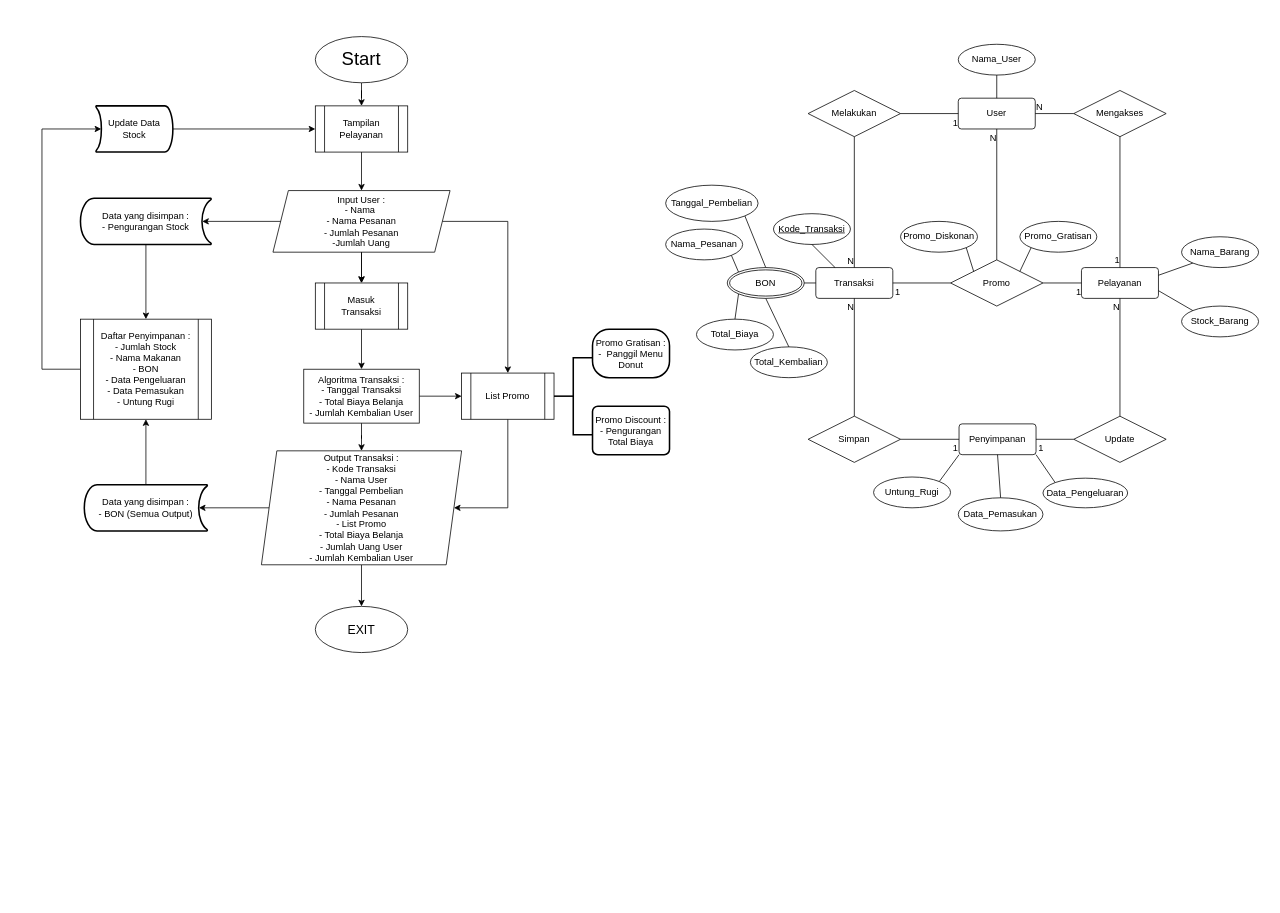
Earlier version of the draw.io diagram Untitled Diagram.drawio (MSZHabibie/HexaDon_San-Donuts-And-Cakes). Source tidied: cells renumbered, new cells numbered last; positions are measured from the earlier drawing's top-left corner, leaving out a move shared by most shapes. Both pictures are drawn from the tidied source at 77%, with x=0, y=0 at pixel (42, 36).
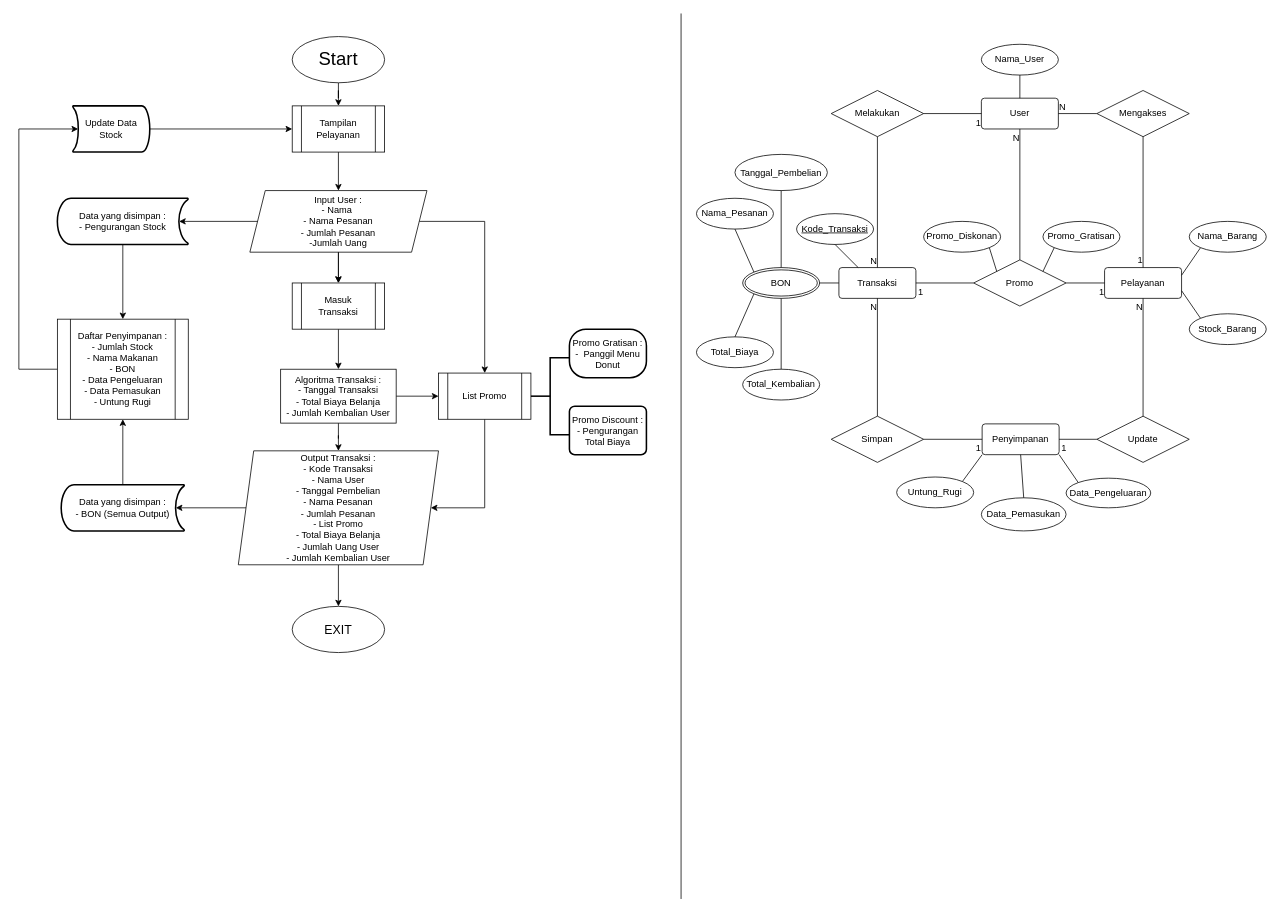
Above is the later version.

Commit message:
Memberi Garis Tengah

Change to the diagram source:
```diff
@@
     <mxCell id="3" value="&lt;font style=&quot;font-size: 24px&quot;&gt;Start&lt;/font&gt;" style="ellipse;whiteSpace=wrap;html=1;" parent="1" vertex="1">
-      <mxGeometry x="355" width="120" height="60" as="geometry" />
+      <mxGeometry x="325" width="120" height="60" as="geometry" />
     </mxCell>
@@
     <mxCell id="5" value="Tampilan Pelayanan" style="shape=process;whiteSpace=wrap;html=1;backgroundOutline=1;" parent="1" vertex="1">
-      <mxGeometry x="355" y="90" width="120" height="60" as="geometry" />
+      <mxGeometry x="325" y="90" width="120" height="60" as="geometry" />
     </mxCell>
@@
     <mxCell id="10" value="Input User :&lt;br&gt;- Nama&amp;nbsp;&lt;br&gt;- Nama Pesanan&lt;br&gt;- Jumlah Pesanan&lt;br&gt;-Jumlah Uang" style="shape=parallelogram;perimeter=parallelogramPerimeter;whiteSpace=wrap;html=1;fixedSize=1;" parent="1" vertex="1">
-      <mxGeometry x="300" y="200" width="230" height="80" as="geometry" />
+      <mxGeometry x="270" y="200" width="230" height="80" as="geometry" />
     </mxCell>
@@
     <mxCell id="14" value="Output Transaksi :&lt;br&gt;- Kode Transaksi&lt;br&gt;- Nama User&lt;br&gt;- Tanggal Pembelian&lt;br&gt;- Nama Pesanan&lt;br&gt;- Jumlah Pesanan&lt;br&gt;- List Promo&lt;br&gt;- Total Biaya Belanja&lt;br&gt;- Jumlah Uang User&lt;br&gt;- Jumlah Kembalian User" style="shape=parallelogram;perimeter=parallelogramPerimeter;whiteSpace=wrap;html=1;fixedSize=1;" parent="1" vertex="1">
-      <mxGeometry x="285" y="538" width="260" height="148" as="geometry" />
+      <mxGeometry x="255" y="538" width="260" height="148" as="geometry" />
     </mxCell>
     <mxCell id="15" style="edgeStyle=orthogonalEdgeStyle;rounded=0;jettySize=auto;html=1;entryX=1;entryY=0.5;entryDx=0;entryDy=0;exitX=0.5;exitY=1;exitDx=0;exitDy=0;" parent="1" edge="1" source="16" target="14">
       <mxGeometry relative="1" as="geometry">
         <Array as="points">
-          <mxPoint x="605" y="612" />
+          <mxPoint x="575" y="612" />
         </Array>
       </mxGeometry>
     </mxCell>
     <mxCell id="16" value="List Promo" style="shape=process;whiteSpace=wrap;html=1;backgroundOutline=1;" parent="1" vertex="1">
-      <mxGeometry x="545" y="437" width="120" height="60" as="geometry" />
+      <mxGeometry x="515" y="437" width="120" height="60" as="geometry" />
     </mxCell>
@@
     <mxCell id="18" value="Algoritma Transaksi :&lt;br&gt;- Tanggal Transaksi&lt;br&gt;- Total Biaya Belanja&lt;br&gt;- Jumlah Kembalian User" style="whiteSpace=wrap;html=1;" parent="1" vertex="1">
-      <mxGeometry x="340" y="432" width="150" height="70" as="geometry" />
+      <mxGeometry x="310" y="432" width="150" height="70" as="geometry" />
     </mxCell>
     <mxCell id="19" style="edgeStyle=orthogonalEdgeStyle;rounded=0;jettySize=auto;html=1;exitX=0;exitY=0.5;exitDx=0;exitDy=0;entryX=0.93;entryY=0.5;entryDx=0;entryDy=0;entryPerimeter=0;" parent="1" edge="1" source="20" target="28">
       <mxGeometry relative="1" as="geometry">
         <Array as="points">
-          <mxPoint y="432" />
-          <mxPoint y="120" />
+          <mxPoint x="-30" y="432" />
+          <mxPoint x="-30" y="120" />
         </Array>
       </mxGeometry>
     </mxCell>
     <mxCell id="20" value="Daftar Penyimpanan :&lt;br&gt;- Jumlah Stock&lt;br&gt;- Nama Makanan&lt;br&gt;- BON&lt;br&gt;- Data Pengeluaran&lt;br&gt;- Data Pemasukan&lt;br&gt;- Untung Rugi" style="shape=process;whiteSpace=wrap;html=1;backgroundOutline=1;" parent="1" vertex="1">
-      <mxGeometry x="50" y="367" width="170" height="130" as="geometry" />
+      <mxGeometry x="20" y="367" width="170" height="130" as="geometry" />
     </mxCell>
     <mxCell id="21" value="Masuk &lt;br&gt;Transaksi" style="shape=process;whiteSpace=wrap;html=1;backgroundOutline=1;" parent="1" vertex="1">
-      <mxGeometry x="355" y="320" width="120" height="60" as="geometry" />
+      <mxGeometry x="325" y="320" width="120" height="60" as="geometry" />
     </mxCell>
@@
     <mxCell id="23" value="Data yang disimpan :&lt;br&gt;- Pengurangan Stock" style="strokeWidth=2;html=1;shape=mxgraph.flowchart.stored_data;whiteSpace=wrap;" parent="1" vertex="1">
-      <mxGeometry x="50" y="210" width="170" height="60" as="geometry" />
+      <mxGeometry x="20" y="210" width="170" height="60" as="geometry" />
     </mxCell>
@@
     <mxCell id="26" value="&lt;span&gt;Data yang disimpan :&lt;/span&gt;&lt;br&gt;&lt;span&gt;- BON (Semua Output)&lt;/span&gt;" style="strokeWidth=2;html=1;shape=mxgraph.flowchart.stored_data;whiteSpace=wrap;" parent="1" vertex="1">
-      <mxGeometry x="55" y="582" width="160" height="60" as="geometry" />
+      <mxGeometry x="25" y="582" width="160" height="60" as="geometry" />
     </mxCell>
@@
     <mxCell id="28" value="Update Data Stock" style="strokeWidth=2;html=1;shape=mxgraph.flowchart.stored_data;whiteSpace=wrap;direction=west;" parent="1" vertex="1">
-      <mxGeometry x="70" y="90" width="100" height="60" as="geometry" />
+      <mxGeometry x="40" y="90" width="100" height="60" as="geometry" />
     </mxCell>
     <mxCell id="29" style="strokeWidth=2;html=1;shape=mxgraph.flowchart.annotation_2;align=left;labelPosition=right;" parent="1" vertex="1">
-      <mxGeometry x="665" y="417" width="50" height="100" as="geometry" />
+      <mxGeometry x="635" y="417" width="50" height="100" as="geometry" />
     </mxCell>
     <mxCell id="30" value="Promo Gratisan :&lt;br&gt;-&amp;nbsp; Panggil Menu Donut" style="rounded=1;whiteSpace=wrap;html=1;absoluteArcSize=1;arcSize=43;strokeWidth=2;" parent="1" vertex="1">
-      <mxGeometry x="715" y="380" width="100" height="63" as="geometry" />
+      <mxGeometry x="685" y="380" width="100" height="63" as="geometry" />
     </mxCell>
     <mxCell id="31" value="Promo Discount :&lt;br&gt;- Pengurangan Total Biaya" style="rounded=1;whiteSpace=wrap;html=1;absoluteArcSize=1;arcSize=14;strokeWidth=2;" parent="1" vertex="1">
-      <mxGeometry x="715" y="480" width="100" height="63" as="geometry" />
+      <mxGeometry x="685" y="480" width="100" height="63" as="geometry" />
     </mxCell>
     <mxCell id="32" value="&lt;font style=&quot;font-size: 16px&quot;&gt;EXIT&lt;/font&gt;" style="ellipse;whiteSpace=wrap;html=1;" parent="1" vertex="1">
-      <mxGeometry x="355" y="740" width="120" height="60" as="geometry" />
+      <mxGeometry x="325" y="740" width="120" height="60" as="geometry" />
     </mxCell>
     <mxCell id="33" value="Pelayanan" style="rounded=1;arcSize=10;whiteSpace=wrap;html=1;align=center;" parent="1" vertex="1">
-      <mxGeometry x="1350" y="300" width="100" height="40" as="geometry" />
+      <mxGeometry x="1380" y="300" width="100" height="40" as="geometry" />
     </mxCell>
     <mxCell id="34" value="Transaksi" style="rounded=1;arcSize=10;whiteSpace=wrap;html=1;align=center;" parent="1" vertex="1">
-      <mxGeometry x="1005" y="300" width="100" height="40" as="geometry" />
+      <mxGeometry x="1035" y="300" width="100" height="40" as="geometry" />
     </mxCell>
     <mxCell id="35" value="Penyimpanan" style="rounded=1;arcSize=10;whiteSpace=wrap;html=1;align=center;" parent="1" vertex="1">
-      <mxGeometry x="1191" y="503" width="100" height="40" as="geometry" />
+      <mxGeometry x="1221" y="503" width="100" height="40" as="geometry" />
     </mxCell>
     <mxCell id="36" value="Nama_Barang" style="ellipse;whiteSpace=wrap;html=1;align=center;" parent="1" vertex="1">
-      <mxGeometry x="1480" y="260" width="100" height="40" as="geometry" />
+      <mxGeometry x="1490" y="240" width="100" height="40" as="geometry" />
     </mxCell>
     <mxCell id="37" value="Stock_Barang" style="ellipse;whiteSpace=wrap;html=1;align=center;" parent="1" vertex="1">
-      <mxGeometry x="1480" y="350" width="100" height="40" as="geometry" />
+      <mxGeometry x="1490" y="360" width="100" height="40" as="geometry" />
     </mxCell>
     <mxCell id="38" value="Nama_User" style="ellipse;whiteSpace=wrap;html=1;align=center;" parent="1" vertex="1">
-      <mxGeometry x="1190" y="10" width="100" height="40" as="geometry" />
+      <mxGeometry x="1220" y="10" width="100" height="40" as="geometry" />
     </mxCell>
     <mxCell id="39" value="Promo_Gratisan" style="ellipse;whiteSpace=wrap;html=1;align=center;" parent="1" vertex="1">
-      <mxGeometry x="1270" y="240" width="100" height="40" as="geometry" />
+      <mxGeometry x="1300" y="240" width="100" height="40" as="geometry" />
     </mxCell>
     <mxCell id="40" value="Promo_Diskonan" style="ellipse;whiteSpace=wrap;html=1;align=center;" parent="1" vertex="1">
-      <mxGeometry x="1115" y="240" width="100" height="40" as="geometry" />
+      <mxGeometry x="1145" y="240" width="100" height="40" as="geometry" />
     </mxCell>
     <mxCell id="41" value="User" style="rounded=1;arcSize=10;whiteSpace=wrap;html=1;align=center;" parent="1" vertex="1">
-      <mxGeometry x="1190" y="80" width="100" height="40" as="geometry" />
+      <mxGeometry x="1220" y="80" width="100" height="40" as="geometry" />
     </mxCell>
     <mxCell id="42" value="Total_Kembalian" style="ellipse;whiteSpace=wrap;html=1;align=center;" parent="1" vertex="1">
-      <mxGeometry x="920" y="403" width="100" height="40" as="geometry" />
+      <mxGeometry x="910" y="432" width="100" height="40" as="geometry" />
     </mxCell>
     <mxCell id="43" value="Kode_Transaksi" style="ellipse;whiteSpace=wrap;html=1;align=center;fontStyle=4;" parent="1" vertex="1">
-      <mxGeometry x="950" y="230" width="100" height="40" as="geometry" />
+      <mxGeometry x="980" y="230" width="100" height="40" as="geometry" />
     </mxCell>
     <mxCell id="44" value="BON" style="ellipse;shape=doubleEllipse;margin=3;whiteSpace=wrap;html=1;align=center;" parent="1" vertex="1">
-      <mxGeometry x="890" y="300" width="100" height="40" as="geometry" />
+      <mxGeometry x="910" y="300" width="100" height="40" as="geometry" />
     </mxCell>
     <mxCell id="45" value="Tanggal_Pembelian" style="ellipse;whiteSpace=wrap;html=1;align=center;" parent="1" vertex="1">
-      <mxGeometry x="810" y="193" width="120" height="47" as="geometry" />
+      <mxGeometry x="900" y="153" width="120" height="47" as="geometry" />
     </mxCell>
     <mxCell id="46" value="Nama_Pesanan" style="ellipse;whiteSpace=wrap;html=1;align=center;" parent="1" vertex="1">
-      <mxGeometry x="810" y="250" width="100" height="40" as="geometry" />
+      <mxGeometry x="850" y="210" width="100" height="40" as="geometry" />
     </mxCell>
     <mxCell id="47" value="Total_Biaya" style="ellipse;whiteSpace=wrap;html=1;align=center;" parent="1" vertex="1">
-      <mxGeometry x="850" y="367" width="100" height="40" as="geometry" />
+      <mxGeometry x="850" y="390" width="100" height="40" as="geometry" />
     </mxCell>
     <mxCell id="48" value="Mengakses" style="shape=rhombus;perimeter=rhombusPerimeter;whiteSpace=wrap;html=1;align=center;" parent="1" vertex="1">
-      <mxGeometry x="1340" y="70" width="120" height="60" as="geometry" />
+      <mxGeometry x="1370" y="70" width="120" height="60" as="geometry" />
     </mxCell>
@@
     <mxCell id="55" value="Melakukan" style="shape=rhombus;perimeter=rhombusPerimeter;whiteSpace=wrap;html=1;align=center;" parent="1" vertex="1">
-      <mxGeometry x="995" y="70" width="120" height="60" as="geometry" />
+      <mxGeometry x="1025" y="70" width="120" height="60" as="geometry" />
     </mxCell>
@@
-    <mxCell id="62" style="endArrow=none;html=1;rounded=0;entryX=1;entryY=1;entryDx=0;entryDy=0;exitX=0.5;exitY=0;exitDx=0;exitDy=0;" parent="1" edge="1" source="44" target="45">
+    <mxCell id="62" style="endArrow=none;html=1;rounded=0;entryX=0.5;entryY=1;entryDx=0;entryDy=0;exitX=0.5;exitY=0;exitDx=0;exitDy=0;" parent="1" edge="1" source="44" target="45">
       <mxGeometry relative="1" as="geometry" />
     </mxCell>
-    <mxCell id="63" style="endArrow=none;html=1;rounded=0;entryX=1;entryY=1;entryDx=0;entryDy=0;exitX=0;exitY=0;exitDx=0;exitDy=0;" parent="1" edge="1" source="44" target="46">
+    <mxCell id="63" style="endArrow=none;html=1;rounded=0;entryX=0.5;entryY=1;entryDx=0;entryDy=0;exitX=0;exitY=0;exitDx=0;exitDy=0;" parent="1" edge="1" source="44" target="46">
       <mxGeometry relative="1" as="geometry" />
     </mxCell>
@@
     <mxCell id="66" value="Promo" style="shape=rhombus;perimeter=rhombusPerimeter;whiteSpace=wrap;html=1;align=center;" parent="1" vertex="1">
-      <mxGeometry x="1180" y="290" width="120" height="60" as="geometry" />
+      <mxGeometry x="1210" y="290" width="120" height="60" as="geometry" />
     </mxCell>
@@
     <mxCell id="76" value="Data_Pemasukan" style="ellipse;whiteSpace=wrap;html=1;align=center;" parent="1" vertex="1">
-      <mxGeometry x="1190" y="599" width="110" height="43" as="geometry" />
+      <mxGeometry x="1220" y="599" width="110" height="43" as="geometry" />
     </mxCell>
     <mxCell id="77" value="Data_Pengeluaran" style="ellipse;whiteSpace=wrap;html=1;align=center;" parent="1" vertex="1">
-      <mxGeometry x="1300" y="573.5" width="110" height="38.5" as="geometry" />
+      <mxGeometry x="1330" y="573.5" width="110" height="38.5" as="geometry" />
     </mxCell>
     <mxCell id="78" value="Untung_Rugi" style="ellipse;whiteSpace=wrap;html=1;align=center;" parent="1" vertex="1">
-      <mxGeometry x="1080" y="572" width="100" height="40" as="geometry" />
+      <mxGeometry x="1110" y="572" width="100" height="40" as="geometry" />
     </mxCell>
@@
     <mxCell id="82" value="Simpan" style="shape=rhombus;perimeter=rhombusPerimeter;whiteSpace=wrap;html=1;align=center;" parent="1" vertex="1">
-      <mxGeometry x="995" y="493" width="120" height="60" as="geometry" />
+      <mxGeometry x="1025" y="493" width="120" height="60" as="geometry" />
     </mxCell>
     <mxCell id="83" value="Update" style="shape=rhombus;perimeter=rhombusPerimeter;whiteSpace=wrap;html=1;align=center;" parent="1" vertex="1">
-      <mxGeometry x="1340" y="493" width="120" height="60" as="geometry" />
+      <mxGeometry x="1370" y="493" width="120" height="60" as="geometry" />
     </mxCell>
@@
+    <mxCell id="92" style="endArrow=none;html=1;" parent="1" edge="1">
+      <mxGeometry relative="1" as="geometry">
+        <mxPoint x="830" y="1120" as="sourcePoint" />
+        <mxPoint x="830" y="-30" as="targetPoint" />
+      </mxGeometry>
+    </mxCell>
```
